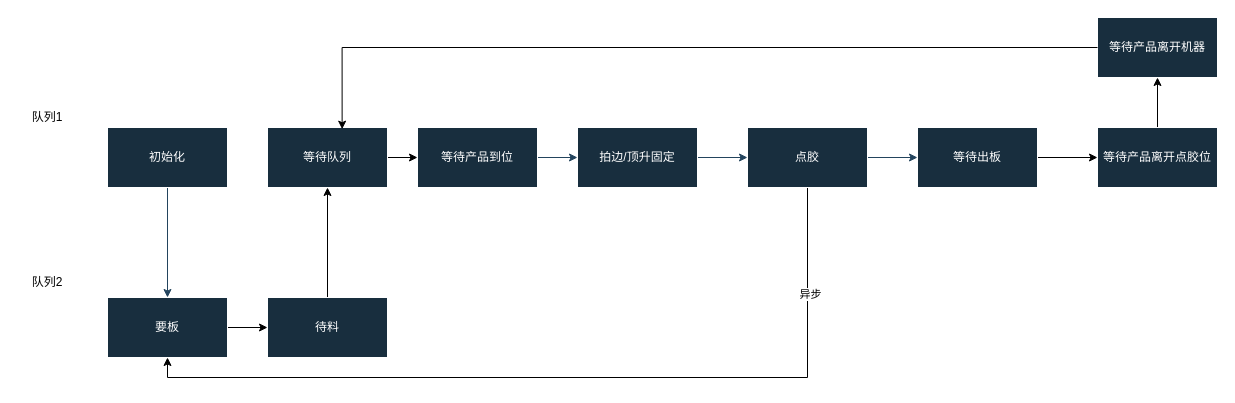
Before: 1.drawio in mtpatient/flow_chart, a draw.io diagram. Source tidied: cells renumbered, new cells numbered last; positions are measured from the earlier drawing's top-left corner, leaving out a move shared by most shapes. Both pictures are drawn from the tidied source at 100%, with x=0, y=0 at pixel (17, 17).
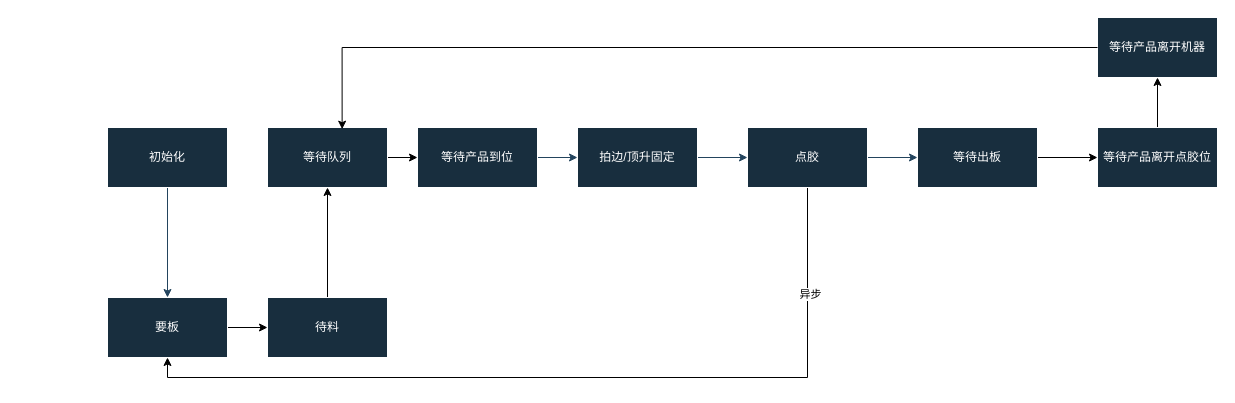
Above is the later version.

What changed in the source:
```diff
@@
-    <mxCell id="23" value="队列1" style="text;strokeColor=none;align=center;fillColor=none;html=1;verticalAlign=middle;whiteSpace=wrap;rounded=0;" parent="1" vertex="1">
-      <mxGeometry y="85" width="60" height="30" as="geometry" />
-    </mxCell>
-    <mxCell id="24" value="队列2" style="text;strokeColor=none;align=center;fillColor=none;html=1;verticalAlign=middle;whiteSpace=wrap;rounded=0;" parent="1" vertex="1">
-      <mxGeometry y="250" width="60" height="30" as="geometry" />
-    </mxCell>
```
